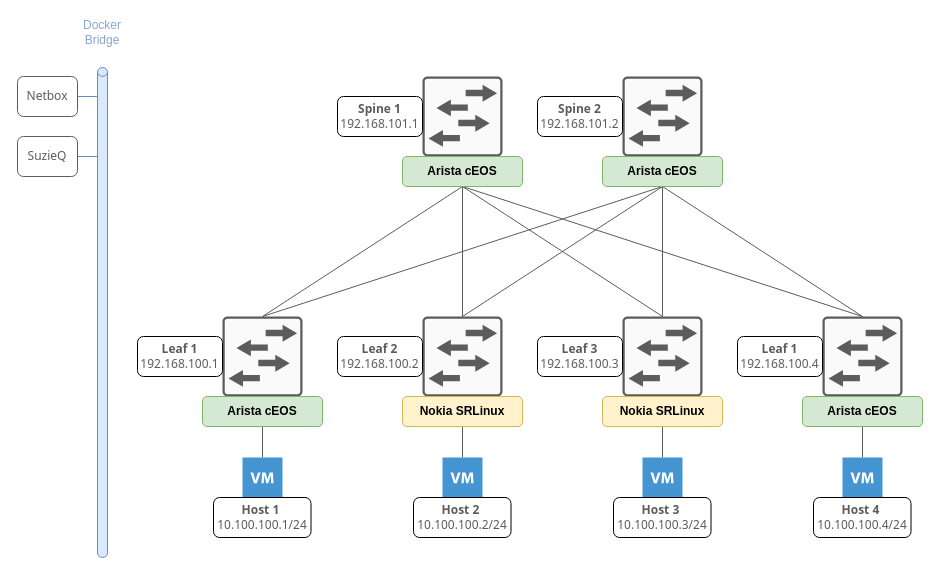
Before: documentation/assets/images/diagrams/VXLAN.drawio in MasqAs/projet-vxlan-automation, a draw.io diagram. Source tidied: cells renumbered, new cells numbered last; positions are measured from the earlier drawing's top-left corner, leaving out a move shared by most shapes. Both pictures are drawn from the tidied source at 100%, with x=0, y=0 at pixel (17, 17).
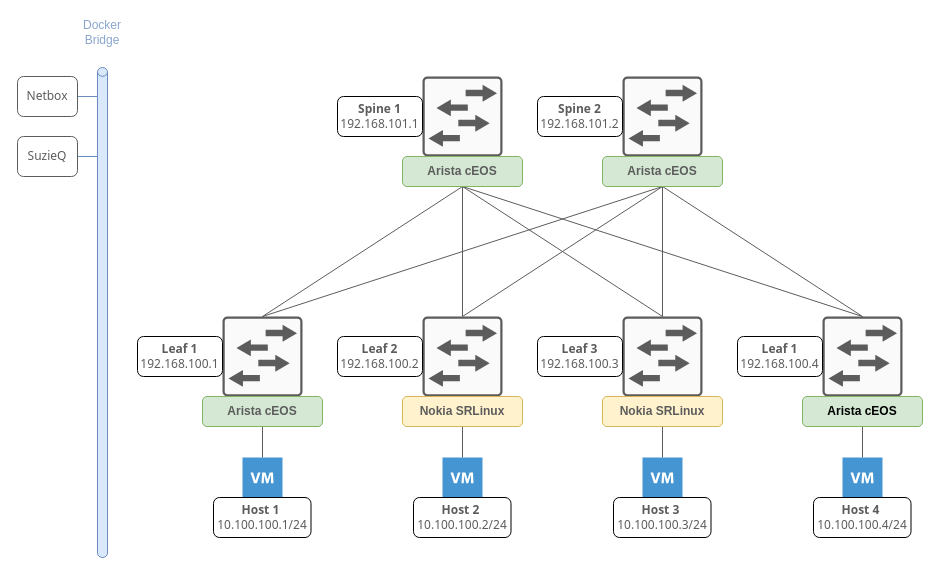
Above is the later version.

Change to the diagram source:
```diff
@@
-    <mxCell id="9" value="&lt;b style=&quot;&quot;&gt;Arista cEOS&lt;/b&gt;" style="rounded=1;whiteSpace=wrap;html=1;fillColor=#d5e8d4;strokeColor=#82b366;" parent="1" vertex="1">
+    <mxCell id="9" value="&lt;b style=&quot;&quot;&gt;&lt;font color=&quot;#5c5c5c&quot;&gt;Arista cEOS&lt;/font&gt;&lt;/b&gt;" style="rounded=1;whiteSpace=wrap;html=1;fillColor=#d5e8d4;strokeColor=#82b366;" parent="1" vertex="1">
       <mxGeometry x="185" y="379" width="120" height="30" as="geometry" />
     </mxCell>
@@
-    <mxCell id="14" value="&lt;b style=&quot;&quot;&gt;Arista cEOS&lt;/b&gt;" style="rounded=1;whiteSpace=wrap;html=1;fillColor=#d5e8d4;strokeColor=#82b366;" parent="1" vertex="1">
+    <mxCell id="14" value="&lt;b style=&quot;&quot;&gt;&lt;font color=&quot;#5c5c5c&quot;&gt;Arista cEOS&lt;/font&gt;&lt;/b&gt;" style="rounded=1;whiteSpace=wrap;html=1;fillColor=#d5e8d4;strokeColor=#82b366;" parent="1" vertex="1">
       <mxGeometry x="585" y="139" width="120" height="30" as="geometry" />
     </mxCell>
@@
-    <mxCell id="18" value="&lt;b style=&quot;&quot;&gt;Nokia SRLinux&lt;/b&gt;" style="rounded=1;whiteSpace=wrap;html=1;fillColor=#fff2cc;strokeColor=#d6b656;" parent="1" vertex="1">
+    <mxCell id="18" value="&lt;b style=&quot;&quot;&gt;&lt;font color=&quot;#5c5c5c&quot;&gt;Nokia SRLinux&lt;/font&gt;&lt;/b&gt;" style="rounded=1;whiteSpace=wrap;html=1;fillColor=#fff2cc;strokeColor=#d6b656;" parent="1" vertex="1">
       <mxGeometry x="585" y="379" width="120" height="30" as="geometry" />
     </mxCell>
@@
-    <mxCell id="20" value="&lt;b style=&quot;&quot;&gt;Nokia SRLinux&lt;/b&gt;" style="rounded=1;whiteSpace=wrap;html=1;fillColor=#fff2cc;strokeColor=#d6b656;" parent="1" vertex="1">
+    <mxCell id="20" value="&lt;b style=&quot;&quot;&gt;&lt;font color=&quot;#5c5c5c&quot;&gt;Nokia SRLinux&lt;/font&gt;&lt;/b&gt;" style="rounded=1;whiteSpace=wrap;html=1;fillColor=#fff2cc;strokeColor=#d6b656;" parent="1" vertex="1">
       <mxGeometry x="385" y="379" width="120" height="30" as="geometry" />
     </mxCell>
@@
-    <mxCell id="25" value="&lt;b style=&quot;&quot;&gt;Arista cEOS&lt;/b&gt;" style="rounded=1;whiteSpace=wrap;html=1;fillColor=#d5e8d4;strokeColor=#82b366;" parent="1" vertex="1">
+    <mxCell id="25" value="&lt;b style=&quot;&quot;&gt;&lt;font color=&quot;#5c5c5c&quot;&gt;Arista cEOS&lt;/font&gt;&lt;/b&gt;" style="rounded=1;whiteSpace=wrap;html=1;fillColor=#d5e8d4;strokeColor=#82b366;" parent="1" vertex="1">
       <mxGeometry x="385" y="139" width="120" height="30" as="geometry" />
     </mxCell>
```
